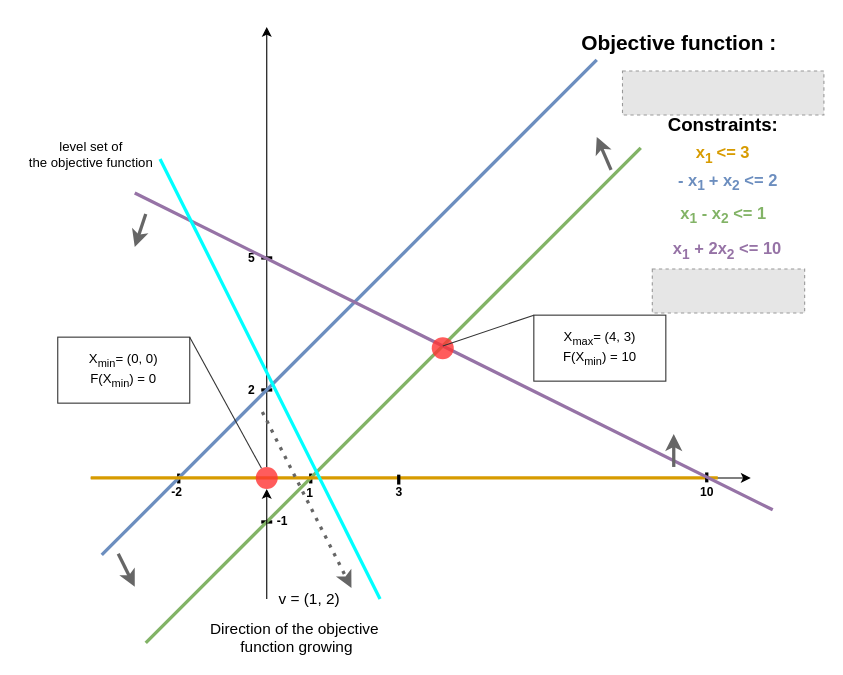
Above: Untitled Diagram.drawio in khalidsabih/NumericalMethods (draw.io), before the change. Source tidied: cells renumbered, new cells numbered last; positions are measured from the earlier drawing's top-left corner, leaving out a move shared by most shapes. Both pictures are drawn from the tidied source at 110%, with x=0, y=0 at pixel (19, 26). Pictures stored in the file or linked from it are replaced by grey dashed boxes.
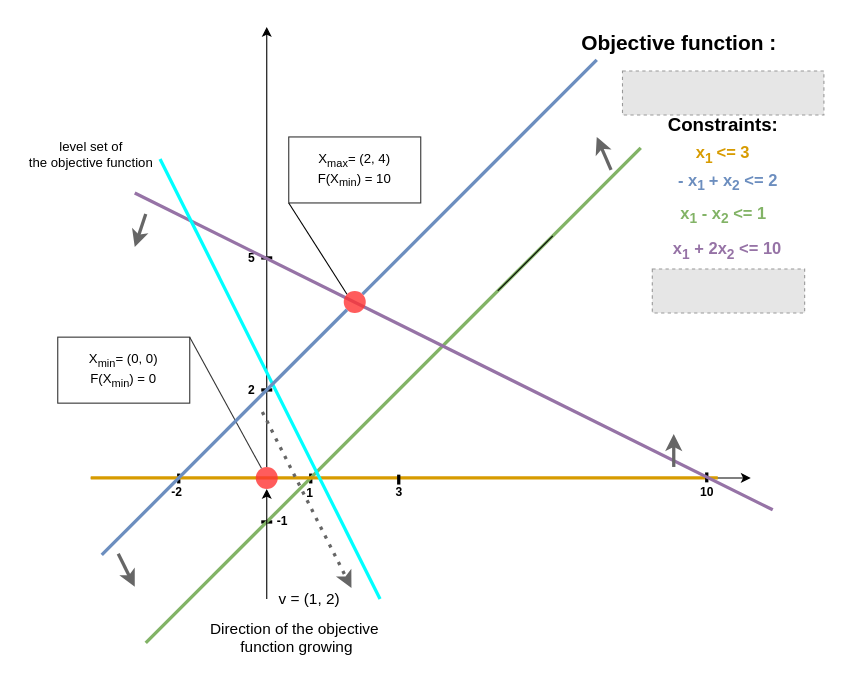
The same diagram, later.

The edit, as a diff of the source:
```diff
@@
-    <mxCell id="8" style="endArrow=none;html=1;strokeWidth=3;fillColor=#dae8fc;strokeColor=#6c8ebf;" parent="1" edge="1">
+    <mxCell id="8" style="endArrow=none;html=1;strokeWidth=3;fillColor=#dae8fc;strokeColor=#6c8ebf;" parent="1" edge="1" source="39">
       <mxGeometry relative="1" as="geometry">
-        <mxPoint x="75" y="480" as="sourcePoint" />
         <mxPoint x="525" y="30" as="targetPoint" />
       </mxGeometry>
     </mxCell>
@@
-    <mxCell id="39" style="ellipse;whiteSpace=wrap;html=1;opacity=80;fillColor=#FF3333;strokeColor=none;" parent="1" vertex="1">
-      <mxGeometry x="375" y="282" width="20" height="20" as="geometry" />
-    </mxCell>
@@
-    <mxCell id="42" value="X&lt;sub&gt;max&lt;/sub&gt;= (4, 3)&lt;br&gt;F(X&lt;sub&gt;min&lt;/sub&gt;) = 10" style="rounded=0;whiteSpace=wrap;html=1;opacity=80;" parent="1" vertex="1">
-      <mxGeometry x="467.8" y="262" width="120" height="60" as="geometry" />
+    <mxCell id="42" value="X&lt;sub&gt;max&lt;/sub&gt;= (2, 4)&lt;br&gt;F(X&lt;sub&gt;min&lt;/sub&gt;) = 10" style="rounded=0;whiteSpace=wrap;html=1;opacity=80;" parent="1" vertex="1">
+      <mxGeometry x="245" y="100" width="120" height="60" as="geometry" />
     </mxCell>
-    <mxCell id="43" style="endArrow=none;html=1;strokeColor=#333333;strokeWidth=1;entryX=0;entryY=0;entryDx=0;entryDy=0;" parent="1" edge="1" target="42">
-      <mxGeometry relative="1" as="geometry">
-        <mxPoint x="385" y="290" as="sourcePoint" />
-      </mxGeometry>
-    </mxCell>
@@
+    <mxCell id="39" style="ellipse;whiteSpace=wrap;html=1;opacity=80;fillColor=#FF3333;strokeColor=none;" parent="1" vertex="1">
+      <mxGeometry x="295" y="240" width="20" height="20" as="geometry" />
+    </mxCell>
+    <mxCell id="46" style="endArrow=none;html=1;strokeWidth=3;fillColor=#dae8fc;strokeColor=#6c8ebf;" parent="1" edge="1" target="39">
+      <mxGeometry relative="1" as="geometry">
+        <mxPoint x="75" y="480" as="sourcePoint" />
+      </mxGeometry>
+    </mxCell>
+    <mxCell id="47" style="endArrow=none;html=1;" parent="1" edge="1">
+      <mxGeometry relative="1" as="geometry">
+        <mxPoint x="435" y="240" as="sourcePoint" />
+        <mxPoint x="485" y="190" as="targetPoint" />
+      </mxGeometry>
+    </mxCell>
+    <mxCell id="48" style="endArrow=none;html=1;exitX=0;exitY=0;exitDx=0;exitDy=0;" parent="1" edge="1" source="39">
+      <mxGeometry relative="1" as="geometry">
+        <mxPoint x="245" y="160" as="targetPoint" />
+      </mxGeometry>
+    </mxCell>
```
